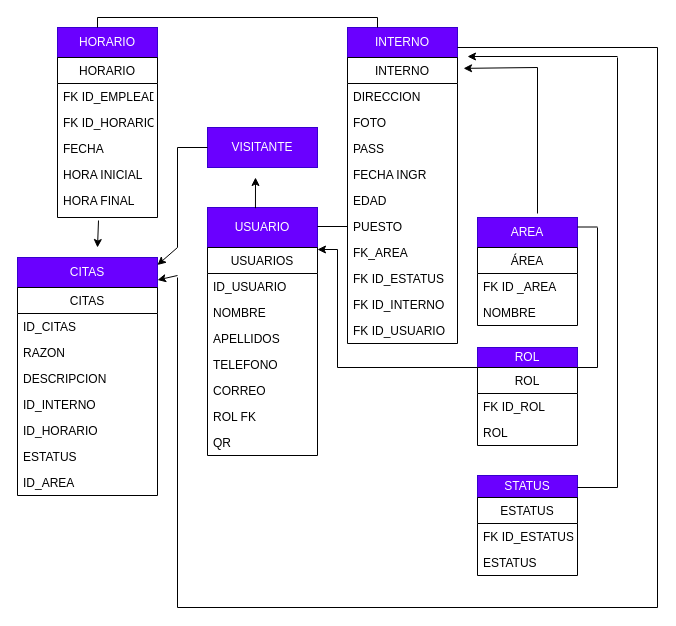
Before: diagramacitas.drawio in UsielOM/Lovecraft, a draw.io diagram. Source tidied: cells renumbered, new cells numbered last; positions are measured from the earlier drawing's top-left corner, leaving out a move shared by most shapes. Both pictures are drawn from the tidied source at 100%, with x=0, y=0 at pixel (17, 17).
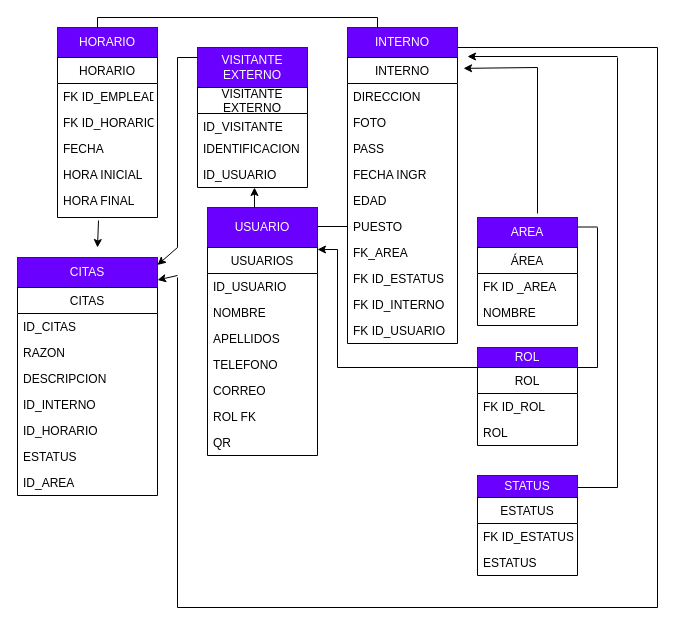
The same page after the edit.

Commit message (it also covers changes not shown here):
coloque los campos

Unchanged cells that the change refers to:
```xml
<mxCell id="6" value="USUARIO" style="rounded=0;whiteSpace=wrap;html=1;fillColor=#6a00ff;fontColor=#ffffff;strokeColor=#3700CC;" parent="1" vertex="1">
  <mxGeometry x="190" y="190" width="110" height="40" as="geometry" />
</mxCell>
```

The edit, as a diff of the source:
```diff
@@
-    <mxCell id="4" value="VISITANTE" style="rounded=0;whiteSpace=wrap;html=1;fillColor=#6a00ff;fontColor=#ffffff;strokeColor=#3700CC;" parent="1" vertex="1">
-      <mxGeometry x="190" y="110" width="110" height="40" as="geometry" />
+    <mxCell id="4" value="VISITANTE EXTERNO" style="rounded=0;whiteSpace=wrap;html=1;fillColor=#6a00ff;fontColor=#ffffff;strokeColor=#3700CC;" parent="1" vertex="1">
+      <mxGeometry x="180" y="30" width="110" height="40" as="geometry" />
     </mxCell>
@@
-    <mxCell id="13" style="endArrow=none;html=1;entryX=0;entryY=0.5;entryDx=0;entryDy=0;" parent="1" edge="1" target="4">
+    <mxCell id="13" style="endArrow=none;html=1;entryX=0;entryY=0.25;entryDx=0;entryDy=0;" parent="1" edge="1" target="4">
       <mxGeometry relative="1" as="geometry">
-        <mxPoint x="160" y="130" as="sourcePoint" />
+        <mxPoint x="160" y="40" as="sourcePoint" />
       </mxGeometry>
     </mxCell>
     <mxCell id="14" style="endArrow=none;html=1;" parent="1" edge="1">
       <mxGeometry relative="1" as="geometry">
         <mxPoint x="160" y="230" as="sourcePoint" />
-        <mxPoint x="160" y="130" as="targetPoint" />
+        <mxPoint x="160" y="40" as="targetPoint" />
       </mxGeometry>
     </mxCell>
@@
-    <mxCell id="16" style="endArrow=classic;html=1;exitX=0.436;exitY=0.017;exitDx=0;exitDy=0;exitPerimeter=0;" parent="1" edge="1" source="6">
+    <mxCell id="16" style="endArrow=classic;html=1;entryX=0.518;entryY=1;entryDx=0;entryDy=0;entryPerimeter=0;" parent="1" edge="1" target="80">
       <mxGeometry relative="1" as="geometry">
-        <mxPoint x="238" y="160" as="targetPoint" />
+        <mxPoint x="237" y="190" as="sourcePoint" />
       </mxGeometry>
     </mxCell>
@@
+    <mxCell id="77" value="VISITANTE&#10;EXTERNO" style="swimlane;fontStyle=0;horizontal=1;startSize=26;fillColor=none;" parent="1" vertex="1">
+      <mxGeometry x="180" y="70" width="110" height="100" as="geometry" />
+    </mxCell>
+    <mxCell id="78" value="ID_VISITANTE" style="text;strokeColor=none;fillColor=none;align=left;verticalAlign=top;spacingLeft=4;spacingRight=4;overflow=hidden;" parent="77" vertex="1">
+      <mxGeometry y="26" width="110" height="22" as="geometry" />
+    </mxCell>
+    <mxCell id="79" value="IDENTIFICACION" style="text;strokeColor=none;fillColor=none;align=left;verticalAlign=top;spacingLeft=4;spacingRight=4;overflow=hidden;" parent="77" vertex="1">
+      <mxGeometry y="48" width="110" height="26" as="geometry" />
+    </mxCell>
+    <mxCell id="80" value="ID_USUARIO" style="text;strokeColor=none;fillColor=none;align=left;verticalAlign=top;spacingLeft=4;spacingRight=4;overflow=hidden;points=[[0,0.5],[1,0.5]];portConstraint=eastwest;" parent="77" vertex="1">
+      <mxGeometry y="74" width="110" height="26" as="geometry" />
+    </mxCell>
```
